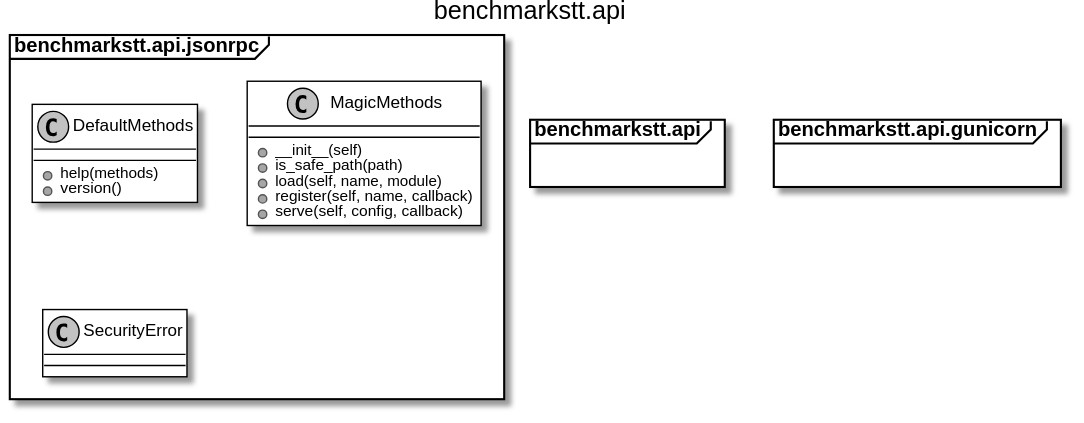
This is docs/_static/uml/benchmarkstt.api.svg from ebu/benchmarkstt, a PlantUML export, as it was before one commit.
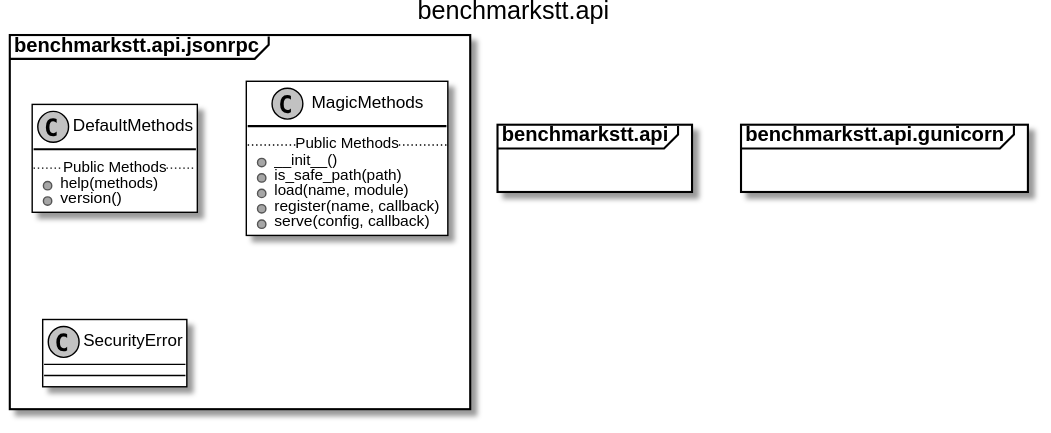
The same diagram one commit later.

Diff of the diagram source:
```diff
@@ -13,17 +13,19 @@
 package benchmarkstt.api.jsonrpc {
 
 	class benchmarkstt.api.jsonrpc.DefaultMethods [[https://benchmarkstt.readthedocs.io/en/latest/modules/benchmarkstt.api.jsonrpc.html#benchmarkstt.api.jsonrpc.DefaultMethods]] {
+		.. Public Methods ..
 		+help(methods)
 		+version()
 	}
 
 
 	class benchmarkstt.api.jsonrpc.MagicMethods [[https://benchmarkstt.readthedocs.io/en/latest/modules/benchmarkstt.api.jsonrpc.html#benchmarkstt.api.jsonrpc.MagicMethods]] {
-		+__init__(self)
+		.. Public Methods ..
+		+__init__()
 		+is_safe_path(path)
-		+load(self, name, module)
-		+register(self, name, callback)
-		+serve(self, config, callback)
+		+load(name, module)
+		+register(name, callback)
+		+serve(config, callback)
 	}
 
 
```
